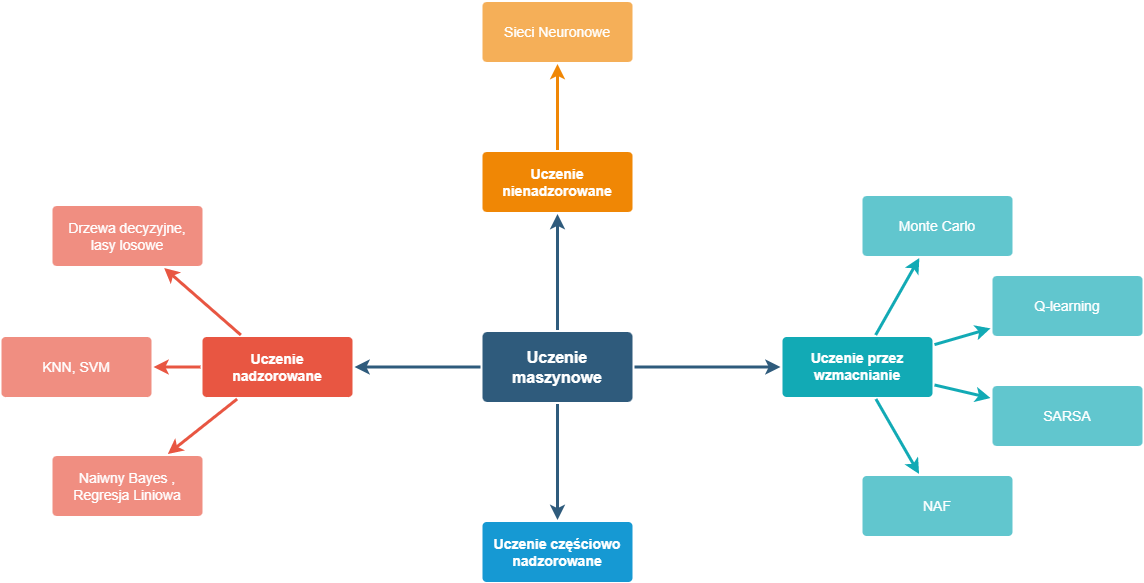
Before: Docs/praca/pandoc/img/1algorithms_category.png, a diagram exported from draw.io (Szulce/Python). Source tidied: cells renumbered, new cells last; positions are measured from the earlier drawing's top-left corner, leaving out a move shared by most shapes.
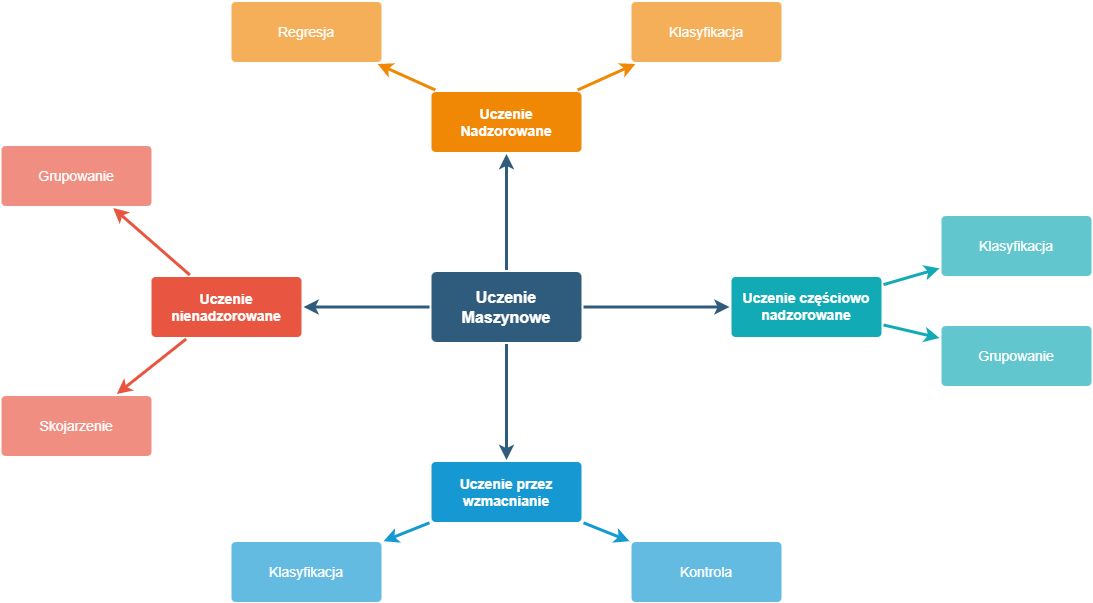
After the commit.

Diff of the diagram source:
```diff
@@ -14,68 +14,68 @@
     <mxCell id="5" style="edgeStyle=none;rounded=0;jumpStyle=none;html=1;shadow=0;labelBackgroundColor=none;startArrow=none;startFill=0;endArrow=classic;endFill=1;jettySize=auto;strokeColor=#2F5B7C;strokeWidth=3;fontFamily=Helvetica;fontSize=16;fontColor=#23445D;spacing=5;" parent="1" edge="1" source="6" target="10">
       <mxGeometry relative="1" as="geometry" />
     </mxCell>
-    <mxCell id="6" value="Uczenie maszynowe" style="rounded=1;whiteSpace=wrap;html=1;shadow=0;labelBackgroundColor=none;strokeColor=none;strokeWidth=3;fillColor=#2F5B7C;fontFamily=Helvetica;fontSize=16;fontColor=#FFFFFF;align=center;fontStyle=1;spacing=5;arcSize=7;perimeterSpacing=2;" parent="1" vertex="1">
+    <mxCell id="6" value="Uczenie Maszynowe" style="rounded=1;whiteSpace=wrap;html=1;shadow=0;labelBackgroundColor=none;strokeColor=none;strokeWidth=3;fillColor=#2F5B7C;fontFamily=Helvetica;fontSize=16;fontColor=#FFFFFF;align=center;fontStyle=1;spacing=5;arcSize=7;perimeterSpacing=2;" parent="1" vertex="1">
       <mxGeometry x="481" y="330.5" width="150" height="70" as="geometry" />
     </mxCell>
     <mxCell id="7" style="edgeStyle=none;rounded=1;jumpStyle=none;html=1;shadow=0;labelBackgroundColor=none;startArrow=none;startFill=0;jettySize=auto;strokeColor=#E85642;strokeWidth=3;fontFamily=Helvetica;fontSize=14;fontColor=#FFFFFF;spacing=5;fontStyle=1;fillColor=#b0e3e6;" parent="1" edge="1" source="10" target="13">
       <mxGeometry relative="1" as="geometry" />
     </mxCell>
-    <mxCell id="8" style="edgeStyle=none;rounded=1;jumpStyle=none;html=1;shadow=0;labelBackgroundColor=none;startArrow=none;startFill=0;jettySize=auto;strokeColor=#E85642;strokeWidth=3;fontFamily=Helvetica;fontSize=14;fontColor=#FFFFFF;spacing=5;fontStyle=1;fillColor=#b0e3e6;" parent="1" edge="1" source="10" target="12">
-      <mxGeometry relative="1" as="geometry" />
-    </mxCell>
     <mxCell id="9" style="edgeStyle=none;rounded=1;jumpStyle=none;html=1;shadow=0;labelBackgroundColor=none;startArrow=none;startFill=0;jettySize=auto;strokeColor=#E85642;strokeWidth=3;fontFamily=Helvetica;fontSize=14;fontColor=#FFFFFF;spacing=5;fontStyle=1;fillColor=#b0e3e6;" parent="1" edge="1" source="10" target="11">
       <mxGeometry relative="1" as="geometry" />
     </mxCell>
-    <mxCell id="10" value="Uczenie nadzorowane" style="rounded=1;whiteSpace=wrap;html=1;shadow=0;labelBackgroundColor=none;strokeColor=none;strokeWidth=3;fillColor=#e85642;fontFamily=Helvetica;fontSize=14;fontColor=#FFFFFF;align=center;spacing=5;fontStyle=1;arcSize=7;perimeterSpacing=2;" parent="1" vertex="1">
+    <mxCell id="10" value="Uczenie nienadzorowane" style="rounded=1;whiteSpace=wrap;html=1;shadow=0;labelBackgroundColor=none;strokeColor=none;strokeWidth=3;fillColor=#e85642;fontFamily=Helvetica;fontSize=14;fontColor=#FFFFFF;align=center;spacing=5;fontStyle=1;arcSize=7;perimeterSpacing=2;" parent="1" vertex="1">
       <mxGeometry x="201" y="335.5" width="150" height="60" as="geometry" />
     </mxCell>
-    <mxCell id="11" value="Naiwny Bayes ,&lt;br&gt;Regresja Liniowa" style="rounded=1;whiteSpace=wrap;html=1;shadow=0;labelBackgroundColor=none;strokeColor=none;strokeWidth=3;fillColor=#f08e81;fontFamily=Helvetica;fontSize=14;fontColor=#FFFFFF;align=center;spacing=5;fontStyle=0;arcSize=7;perimeterSpacing=2;" parent="1" vertex="1">
+    <mxCell id="11" value="Skojarzenie" style="rounded=1;whiteSpace=wrap;html=1;shadow=0;labelBackgroundColor=none;strokeColor=none;strokeWidth=3;fillColor=#f08e81;fontFamily=Helvetica;fontSize=14;fontColor=#FFFFFF;align=center;spacing=5;fontStyle=0;arcSize=7;perimeterSpacing=2;" parent="1" vertex="1">
       <mxGeometry x="51" y="454.5" width="150" height="60" as="geometry" />
     </mxCell>
-    <mxCell id="12" value="KNN, SVM" style="rounded=1;whiteSpace=wrap;html=1;shadow=0;labelBackgroundColor=none;strokeColor=none;strokeWidth=3;fillColor=#f08e81;fontFamily=Helvetica;fontSize=14;fontColor=#FFFFFF;align=center;spacing=5;fontStyle=0;arcSize=7;perimeterSpacing=2;" parent="1" vertex="1">
-      <mxGeometry y="335.5" width="150" height="60" as="geometry" />
-    </mxCell>
-    <mxCell id="13" value="Drzewa decyzyjne, lasy losowe" style="rounded=1;whiteSpace=wrap;html=1;shadow=0;labelBackgroundColor=none;strokeColor=none;strokeWidth=3;fillColor=#f08e81;fontFamily=Helvetica;fontSize=14;fontColor=#FFFFFF;align=center;spacing=5;fontStyle=0;arcSize=7;perimeterSpacing=2;" parent="1" vertex="1">
+    <mxCell id="13" value="Grupowanie" style="rounded=1;whiteSpace=wrap;html=1;shadow=0;labelBackgroundColor=none;strokeColor=none;strokeWidth=3;fillColor=#f08e81;fontFamily=Helvetica;fontSize=14;fontColor=#FFFFFF;align=center;spacing=5;fontStyle=0;arcSize=7;perimeterSpacing=2;" parent="1" vertex="1">
       <mxGeometry x="51" y="204.5" width="150" height="60" as="geometry" />
     </mxCell>
+    <mxCell id="27" style="edgeStyle=none;rounded=0;jumpStyle=none;html=1;shadow=0;labelBackgroundColor=none;startArrow=none;startFill=0;endArrow=classic;endFill=1;jettySize=auto;strokeColor=#1699D3;strokeWidth=3;fontFamily=Helvetica;fontSize=14;fontColor=#FFFFFF;spacing=5;" parent="1" edge="1" source="14" target="30">
+      <mxGeometry relative="1" as="geometry" />
+    </mxCell>
+    <mxCell id="28" style="edgeStyle=none;rounded=0;jumpStyle=none;html=1;shadow=0;labelBackgroundColor=none;startArrow=none;startFill=0;endArrow=classic;endFill=1;jettySize=auto;strokeColor=#1699D3;strokeWidth=3;fontFamily=Helvetica;fontSize=14;fontColor=#FFFFFF;spacing=5;" parent="1" edge="1" source="14" target="29">
+      <mxGeometry relative="1" as="geometry" />
+    </mxCell>
-    <mxCell id="14" value="Uczenie częściowo nadzorowane" style="rounded=1;whiteSpace=wrap;html=1;shadow=0;labelBackgroundColor=none;strokeColor=none;strokeWidth=3;fillColor=#1699d3;fontFamily=Helvetica;fontSize=14;fontColor=#FFFFFF;align=center;spacing=5;fontStyle=1;arcSize=7;perimeterSpacing=2;" parent="1" vertex="1">
+    <mxCell id="14" value="Uczenie przez wzmacnianie" style="rounded=1;whiteSpace=wrap;html=1;shadow=0;labelBackgroundColor=none;strokeColor=none;strokeWidth=3;fillColor=#1699d3;fontFamily=Helvetica;fontSize=14;fontColor=#FFFFFF;align=center;spacing=5;fontStyle=1;arcSize=7;perimeterSpacing=2;" parent="1" vertex="1">
       <mxGeometry x="481" y="520.5" width="150" height="60" as="geometry" />
     </mxCell>
+    <mxCell id="29" value="Kontrola" style="rounded=1;whiteSpace=wrap;html=1;shadow=0;labelBackgroundColor=none;strokeColor=none;strokeWidth=3;fillColor=#64bbe2;fontFamily=Helvetica;fontSize=14;fontColor=#FFFFFF;align=center;spacing=5;arcSize=7;perimeterSpacing=2;" parent="1" vertex="1">
+      <mxGeometry x="681" y="600.5" width="150" height="60" as="geometry" />
+    </mxCell>
+    <mxCell id="30" value="Klasyfikacja" style="rounded=1;whiteSpace=wrap;html=1;shadow=0;labelBackgroundColor=none;strokeColor=none;strokeWidth=3;fillColor=#64bbe2;fontFamily=Helvetica;fontSize=14;fontColor=#FFFFFF;align=center;spacing=5;arcSize=7;perimeterSpacing=2;" parent="1" vertex="1">
+      <mxGeometry x="281" y="600.5" width="150" height="60" as="geometry" />
+    </mxCell>
-    <mxCell id="15" value="Uczenie nienadzorowane" style="rounded=1;whiteSpace=wrap;html=1;shadow=0;labelBackgroundColor=none;strokeColor=none;strokeWidth=3;fillColor=#F08705;fontFamily=Helvetica;fontSize=14;fontColor=#FFFFFF;align=center;spacing=5;fontStyle=1;arcSize=7;perimeterSpacing=2;" parent="1" vertex="1">
+    <mxCell id="15" value="Uczenie Nadzorowane" style="rounded=1;whiteSpace=wrap;html=1;shadow=0;labelBackgroundColor=none;strokeColor=none;strokeWidth=3;fillColor=#F08705;fontFamily=Helvetica;fontSize=14;fontColor=#FFFFFF;align=center;spacing=5;fontStyle=1;arcSize=7;perimeterSpacing=2;" parent="1" vertex="1">
       <mxGeometry x="481" y="150.5" width="150" height="60" as="geometry" />
     </mxCell>
-    <mxCell id="16" value="Sieci Neuronowe" style="rounded=1;whiteSpace=wrap;html=1;shadow=0;labelBackgroundColor=none;strokeColor=none;strokeWidth=3;fillColor=#f5af58;fontFamily=Helvetica;fontSize=14;fontColor=#FFFFFF;align=center;spacing=5;arcSize=7;perimeterSpacing=2;" parent="1" vertex="1">
-      <mxGeometry x="481" y="0.5" width="150" height="60" as="geometry" />
-    </mxCell>
-    <mxCell id="17" style="edgeStyle=none;rounded=0;jumpStyle=none;html=1;shadow=0;labelBackgroundColor=none;startArrow=none;startFill=0;endArrow=classic;endFill=1;jettySize=auto;strokeColor=#F08705;strokeWidth=3;fontFamily=Helvetica;fontSize=14;fontColor=#FFFFFF;spacing=5;" parent="1" edge="1" source="15" target="16">
-      <mxGeometry relative="1" as="geometry" />
-    </mxCell>
+    <mxCell id="31" value="Klasyfikacja" style="rounded=1;whiteSpace=wrap;html=1;shadow=0;labelBackgroundColor=none;strokeColor=none;strokeWidth=3;fillColor=#f5af58;fontFamily=Helvetica;fontSize=14;fontColor=#FFFFFF;align=center;spacing=5;arcSize=7;perimeterSpacing=2;" parent="1" vertex="1">
+      <mxGeometry x="681" y="60.5" width="150" height="60" as="geometry" />
+    </mxCell>
+    <mxCell id="32" style="edgeStyle=none;rounded=0;jumpStyle=none;html=1;shadow=0;labelBackgroundColor=none;startArrow=none;startFill=0;endArrow=classic;endFill=1;jettySize=auto;strokeColor=#F08705;strokeWidth=3;fontFamily=Helvetica;fontSize=14;fontColor=#FFFFFF;spacing=5;" parent="1" edge="1" source="15" target="31">
+      <mxGeometry relative="1" as="geometry" />
+    </mxCell>
+    <mxCell id="33" value="Regresja" style="rounded=1;whiteSpace=wrap;html=1;shadow=0;labelBackgroundColor=none;strokeColor=none;strokeWidth=3;fillColor=#f5af58;fontFamily=Helvetica;fontSize=14;fontColor=#FFFFFF;align=center;spacing=5;arcSize=7;perimeterSpacing=2;" parent="1" vertex="1">
+      <mxGeometry x="281" y="60.5" width="150" height="60" as="geometry" />
+    </mxCell>
+    <mxCell id="34" style="edgeStyle=none;rounded=0;jumpStyle=none;html=1;shadow=0;labelBackgroundColor=none;startArrow=none;startFill=0;endArrow=classic;endFill=1;jettySize=auto;strokeColor=#F08705;strokeWidth=3;fontFamily=Helvetica;fontSize=14;fontColor=#FFFFFF;spacing=5;" parent="1" edge="1" source="15" target="33">
+      <mxGeometry relative="1" as="geometry" />
+    </mxCell>
-    <mxCell id="18" value="Uczenie przez wzmacnianie" style="rounded=1;whiteSpace=wrap;html=1;shadow=0;labelBackgroundColor=none;strokeColor=none;strokeWidth=3;fillColor=#12aab5;fontFamily=Helvetica;fontSize=14;fontColor=#FFFFFF;align=center;spacing=5;fontStyle=1;arcSize=7;perimeterSpacing=2;" parent="1" vertex="1">
+    <mxCell id="18" value="Uczenie częściowo nadzorowane" style="rounded=1;whiteSpace=wrap;html=1;shadow=0;labelBackgroundColor=none;strokeColor=none;strokeWidth=3;fillColor=#12aab5;fontFamily=Helvetica;fontSize=14;fontColor=#FFFFFF;align=center;spacing=5;fontStyle=1;arcSize=7;perimeterSpacing=2;" parent="1" vertex="1">
       <mxGeometry x="781" y="335.5" width="150" height="60" as="geometry" />
     </mxCell>
-    <mxCell id="19" value="NAF" style="rounded=1;whiteSpace=wrap;html=1;shadow=0;labelBackgroundColor=none;strokeColor=none;strokeWidth=3;fillColor=#61c6ce;fontFamily=Helvetica;fontSize=14;fontColor=#FFFFFF;align=center;spacing=5;fontStyle=0;arcSize=7;perimeterSpacing=2;" parent="1" vertex="1">
-      <mxGeometry x="861" y="474.5" width="150" height="60" as="geometry" />
-    </mxCell>
-    <mxCell id="20" style="edgeStyle=none;rounded=1;jumpStyle=none;html=1;shadow=0;labelBackgroundColor=none;startArrow=none;startFill=0;jettySize=auto;strokeColor=#12AAB5;strokeWidth=3;fontFamily=Helvetica;fontSize=14;fontColor=#FFFFFF;spacing=5;fontStyle=1;fillColor=#b0e3e6;" parent="1" edge="1" source="18" target="19">
-      <mxGeometry relative="1" as="geometry" />
-    </mxCell>
-    <mxCell id="21" value="SARSA" style="rounded=1;whiteSpace=wrap;html=1;shadow=0;labelBackgroundColor=none;strokeColor=none;strokeWidth=3;fillColor=#61c6ce;fontFamily=Helvetica;fontSize=14;fontColor=#FFFFFF;align=center;spacing=5;fontStyle=0;arcSize=7;perimeterSpacing=2;" parent="1" vertex="1">
+    <mxCell id="21" value="Grupowanie" style="rounded=1;whiteSpace=wrap;html=1;shadow=0;labelBackgroundColor=none;strokeColor=none;strokeWidth=3;fillColor=#61c6ce;fontFamily=Helvetica;fontSize=14;fontColor=#FFFFFF;align=center;spacing=5;fontStyle=0;arcSize=7;perimeterSpacing=2;" parent="1" vertex="1">
       <mxGeometry x="991" y="384.5" width="150" height="60" as="geometry" />
     </mxCell>
     <mxCell id="22" style="edgeStyle=none;rounded=1;jumpStyle=none;html=1;shadow=0;labelBackgroundColor=none;startArrow=none;startFill=0;jettySize=auto;strokeColor=#12AAB5;strokeWidth=3;fontFamily=Helvetica;fontSize=14;fontColor=#FFFFFF;spacing=5;fontStyle=1;fillColor=#b0e3e6;" parent="1" edge="1" source="18" target="21">
       <mxGeometry relative="1" as="geometry" />
     </mxCell>
-    <mxCell id="23" value="Q-learning" style="rounded=1;whiteSpace=wrap;html=1;shadow=0;labelBackgroundColor=none;strokeColor=none;strokeWidth=3;fillColor=#61c6ce;fontFamily=Helvetica;fontSize=14;fontColor=#FFFFFF;align=center;spacing=5;fontStyle=0;arcSize=7;perimeterSpacing=2;" parent="1" vertex="1">
+    <mxCell id="23" value="Klasyfikacja" style="rounded=1;whiteSpace=wrap;html=1;shadow=0;labelBackgroundColor=none;strokeColor=none;strokeWidth=3;fillColor=#61c6ce;fontFamily=Helvetica;fontSize=14;fontColor=#FFFFFF;align=center;spacing=5;fontStyle=0;arcSize=7;perimeterSpacing=2;" parent="1" vertex="1">
       <mxGeometry x="991" y="274.5" width="150" height="60" as="geometry" />
     </mxCell>
     <mxCell id="24" style="edgeStyle=none;rounded=1;jumpStyle=none;html=1;shadow=0;labelBackgroundColor=none;startArrow=none;startFill=0;jettySize=auto;strokeColor=#12AAB5;strokeWidth=3;fontFamily=Helvetica;fontSize=14;fontColor=#FFFFFF;spacing=5;fontStyle=1;fillColor=#b0e3e6;" parent="1" edge="1" source="18" target="23">
       <mxGeometry relative="1" as="geometry" />
     </mxCell>
-    <mxCell id="25" value="Monte Carlo" style="rounded=1;whiteSpace=wrap;html=1;shadow=0;labelBackgroundColor=none;strokeColor=none;strokeWidth=3;fillColor=#61c6ce;fontFamily=Helvetica;fontSize=14;fontColor=#FFFFFF;align=center;spacing=5;fontStyle=0;arcSize=7;perimeterSpacing=2;" parent="1" vertex="1">
-      <mxGeometry x="861" y="194.5" width="150" height="60" as="geometry" />
-    </mxCell>
-    <mxCell id="26" style="edgeStyle=none;rounded=1;jumpStyle=none;html=1;shadow=0;labelBackgroundColor=none;startArrow=none;startFill=0;jettySize=auto;strokeColor=#12AAB5;strokeWidth=3;fontFamily=Helvetica;fontSize=14;fontColor=#FFFFFF;spacing=5;fontStyle=1;fillColor=#b0e3e6;" parent="1" edge="1" source="18" target="25">
-      <mxGeometry relative="1" as="geometry" />
-    </mxCell>
   </root>
 </mxGraphModel>
```
